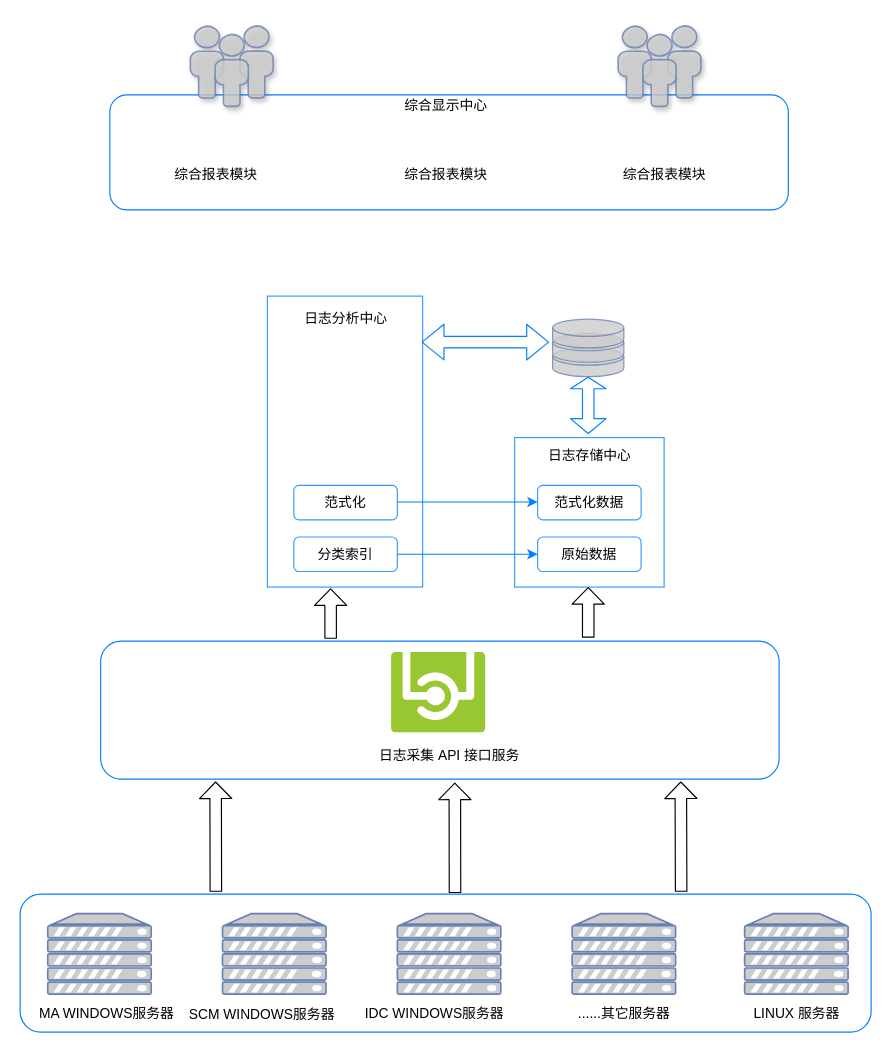
The draw.io diagram xgy.drawio in xu4877/robert, before the edit. Source tidied: cells renumbered, new cells numbered last; positions are measured from the earlier drawing's top-left corner, leaving out a move shared by most shapes. Both pictures are drawn from the tidied source at 115%, with x=0, y=0 at pixel (20, 25).
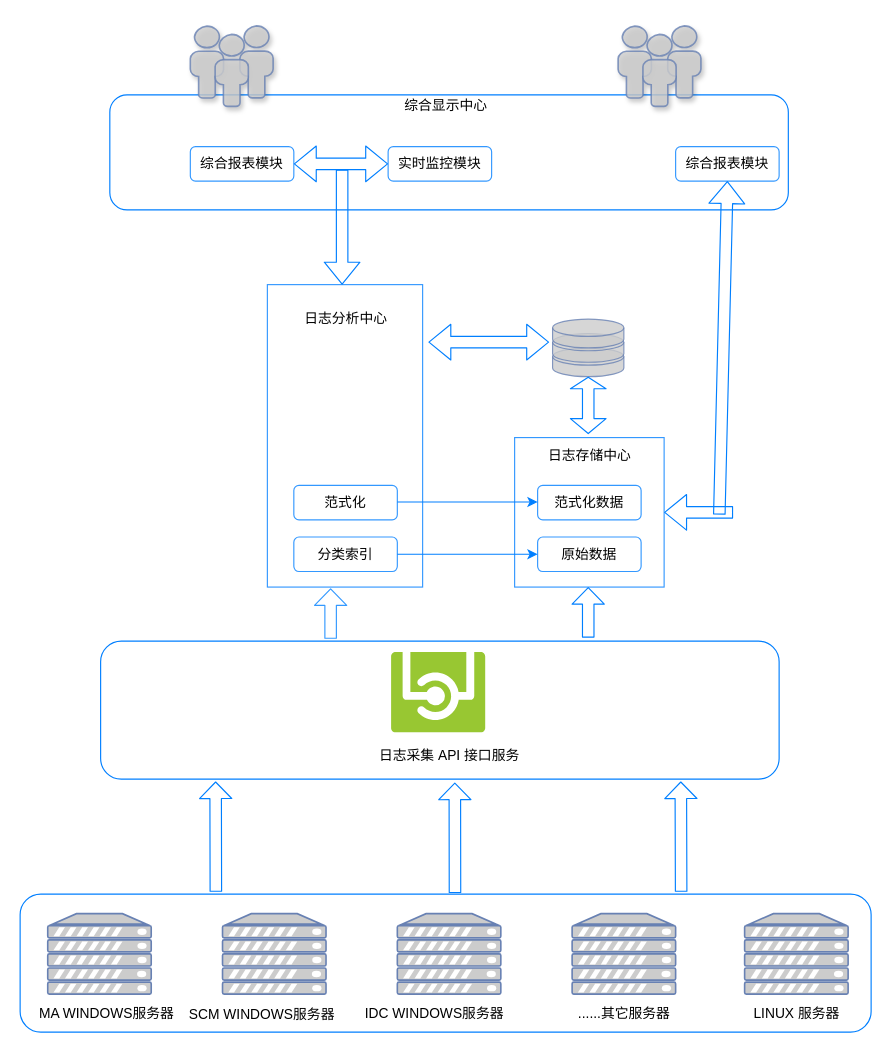
The same diagram, later.

Unchanged cells that the change refers to:
```xml
<mxCell id="2" style="rounded=1;whiteSpace=wrap;html=1;strokeColor=#007FFF;" parent="1" vertex="1">
  <mxGeometry y="755" width="740" height="120" as="geometry" />
</mxCell>
<mxCell id="20" style="whiteSpace=wrap;html=1;strokeColor=#007FFF;opacity=80;" parent="1" vertex="1">
  <mxGeometry x="430" y="358" width="130" height="130" as="geometry" />
</mxCell>
```

Diff of the diagram source:
```diff
@@
-    <mxCell id="16" style="shape=flexArrow;endArrow=classic;html=1;endWidth=17;endSize=4.46;exitX=0.511;exitY=-0.008;exitDx=0;exitDy=0;exitPerimeter=0;" parent="1" edge="1" source="2">
+    <mxCell id="16" style="shape=flexArrow;endArrow=classic;html=1;endWidth=17;endSize=4.46;exitX=0.511;exitY=-0.008;exitDx=0;exitDy=0;exitPerimeter=0;strokeColor=#007FFF;" parent="1" edge="1" source="2">
       <mxGeometry relative="1" as="geometry">
         <mxPoint x="378" y="658" as="targetPoint" />
       </mxGeometry>
     </mxCell>
-    <mxCell id="17" style="shape=flexArrow;endArrow=classic;html=1;endWidth=17;endSize=4.46;exitX=0.511;exitY=-0.008;exitDx=0;exitDy=0;exitPerimeter=0;" parent="1" edge="1">
+    <mxCell id="17" style="shape=flexArrow;endArrow=classic;html=1;endWidth=17;endSize=4.46;exitX=0.511;exitY=-0.008;exitDx=0;exitDy=0;exitPerimeter=0;strokeColor=#007FFF;" parent="1" edge="1">
       <mxGeometry relative="1" as="geometry">
         <mxPoint x="170.2" y="753" as="sourcePoint" />
         <mxPoint x="170" y="657" as="targetPoint" />
       </mxGeometry>
     </mxCell>
-    <mxCell id="18" style="shape=flexArrow;endArrow=classic;html=1;endWidth=17;endSize=4.46;exitX=0.511;exitY=-0.008;exitDx=0;exitDy=0;exitPerimeter=0;" parent="1" edge="1">
+    <mxCell id="18" style="shape=flexArrow;endArrow=classic;html=1;endWidth=17;endSize=4.46;exitX=0.511;exitY=-0.008;exitDx=0;exitDy=0;exitPerimeter=0;strokeColor=#007FFF;" parent="1" edge="1">
       <mxGeometry relative="1" as="geometry">
         <mxPoint x="574.8" y="753" as="sourcePoint" />
         <mxPoint x="574.5" y="657" as="targetPoint" />
       </mxGeometry>
     </mxCell>
     <mxCell id="19" style="whiteSpace=wrap;html=1;strokeColor=#007FFF;opacity=80;" parent="1" vertex="1">
-      <mxGeometry x="215" y="235" width="135" height="253" as="geometry" />
+      <mxGeometry x="215" y="225" width="135" height="263" as="geometry" />
     </mxCell>
@@
-    <mxCell id="27" style="shape=flexArrow;endArrow=classic;html=1;endWidth=17;endSize=4.46;" parent="1" edge="1">
+    <mxCell id="27" style="shape=flexArrow;endArrow=classic;html=1;endWidth=17;endSize=4.46;strokeColor=#3399FF;" parent="1" edge="1">
       <mxGeometry relative="1" as="geometry">
         <mxPoint x="270" y="533" as="sourcePoint" />
         <mxPoint x="270" y="489" as="targetPoint" />
       </mxGeometry>
     </mxCell>
-    <mxCell id="28" style="shape=flexArrow;endArrow=classic;html=1;endWidth=17;endSize=4.46;" parent="1" edge="1">
+    <mxCell id="28" style="shape=flexArrow;endArrow=classic;html=1;endWidth=17;endSize=4.46;strokeColor=#007FFF;" parent="1" edge="1">
       <mxGeometry relative="1" as="geometry">
         <mxPoint x="494" y="532" as="sourcePoint" />
         <mxPoint x="494" y="488" as="targetPoint" />
       </mxGeometry>
     </mxCell>
@@
-    <mxCell id="33" style="shape=flexArrow;endArrow=classic;startArrow=classic;html=1;strokeColor=#007FFF;strokeWidth=1;exitX=0.993;exitY=0.158;exitDx=0;exitDy=0;exitPerimeter=0;" parent="1" edge="1" source="19">
+    <mxCell id="33" style="shape=flexArrow;endArrow=classic;startArrow=classic;html=1;strokeColor=#007FFF;strokeWidth=1;" parent="1" edge="1">
       <mxGeometry relative="1" as="geometry">
+        <mxPoint x="355" y="275" as="sourcePoint" />
         <mxPoint x="460" y="275" as="targetPoint" />
       </mxGeometry>
     </mxCell>
@@
-    <mxCell id="38" value="综合报表模块" style="text;html=1;align=center;verticalAlign=middle;fillColor=none;strokeColor=none;rounded=0;shadow=1;opacity=80;" parent="1" vertex="1">
-      <mxGeometry x="125" y="120" width="90" height="20" as="geometry" />
-    </mxCell>
-    <mxCell id="39" value="综合报表模块" style="text;html=1;align=center;verticalAlign=middle;fillColor=none;strokeColor=none;rounded=0;shadow=1;opacity=80;" parent="1" vertex="1">
-      <mxGeometry x="325" y="120" width="90" height="20" as="geometry" />
-    </mxCell>
-    <mxCell id="40" value="综合报表模块" style="text;html=1;align=center;verticalAlign=middle;fillColor=none;strokeColor=none;rounded=0;shadow=1;opacity=80;" parent="1" vertex="1">
-      <mxGeometry x="515" y="120" width="90" height="20" as="geometry" />
-    </mxCell>
+    <mxCell id="41" value="&lt;span style=&quot;white-space: nowrap&quot;&gt;综合报表模块&lt;/span&gt;" style="rounded=1;whiteSpace=wrap;html=1;strokeColor=#007FFF;opacity=80;" parent="1" vertex="1">
+      <mxGeometry x="148" y="105" width="90" height="30" as="geometry" />
+    </mxCell>
+    <mxCell id="42" value="&lt;span style=&quot;white-space: nowrap&quot;&gt;实时监控模块&lt;/span&gt;" style="rounded=1;whiteSpace=wrap;html=1;strokeColor=#007FFF;opacity=80;" parent="1" vertex="1">
+      <mxGeometry x="320" y="105" width="90" height="30" as="geometry" />
+    </mxCell>
+    <mxCell id="43" value="&lt;span style=&quot;white-space: nowrap&quot;&gt;综合报表模块&lt;/span&gt;" style="rounded=1;whiteSpace=wrap;html=1;strokeColor=#007FFF;opacity=80;" parent="1" vertex="1">
+      <mxGeometry x="570" y="105" width="90" height="30" as="geometry" />
+    </mxCell>
+    <mxCell id="44" style="shape=flexArrow;endArrow=classic;startArrow=classic;html=1;strokeColor=#007FFF;strokeWidth=1;exitX=1;exitY=0.5;exitDx=0;exitDy=0;entryX=0;entryY=0.5;entryDx=0;entryDy=0;" parent="1" edge="1" source="41" target="42">
+      <mxGeometry relative="1" as="geometry" />
+    </mxCell>
+    <mxCell id="45" style="shape=flexArrow;endArrow=classic;html=1;strokeColor=#007FFF;strokeWidth=1;" parent="1" edge="1">
+      <mxGeometry relative="1" as="geometry">
+        <mxPoint x="280" y="125" as="sourcePoint" />
+        <mxPoint x="280" y="225" as="targetPoint" />
+      </mxGeometry>
+    </mxCell>
+    <mxCell id="46" style="shape=flexArrow;endArrow=classic;html=1;strokeColor=#007FFF;strokeWidth=1;entryX=0.5;entryY=1;entryDx=0;entryDy=0;" parent="1" edge="1" target="43">
+      <mxGeometry relative="1" as="geometry">
+        <mxPoint x="608" y="425" as="sourcePoint" />
+      </mxGeometry>
+    </mxCell>
+    <mxCell id="47" style="shape=flexArrow;endArrow=classic;html=1;strokeColor=#007FFF;strokeWidth=1;entryX=1;entryY=0.5;entryDx=0;entryDy=0;" parent="1" edge="1" target="20">
+      <mxGeometry relative="1" as="geometry">
+        <mxPoint x="620" y="423" as="sourcePoint" />
+      </mxGeometry>
+    </mxCell>
```
